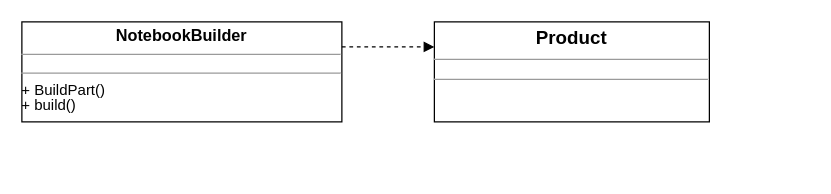
Before: creational/constructor/builder.drawio in MaksShadows/Patterns, a draw.io diagram. Source tidied: cells renumbered, new cells numbered last; positions are measured from the earlier drawing's top-left corner, leaving out a move shared by most shapes. Both pictures are drawn from the tidied source at 125%, with x=0, y=0 at pixel (21, 21).
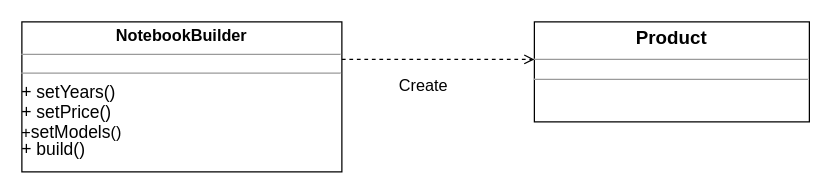
The same page after the edit.

The edit, as a diff of the source:
```diff
@@
 <mxGraphModel>
   <root>
     <mxCell id="0" />
     <mxCell id="1" parent="0" />
     <mxCell id="2" value="&lt;p style=&quot;margin: 4px 0px 0px ; text-align: center ; font-size: 15px&quot;&gt;&lt;b&gt;&lt;font style=&quot;font-size: 15px&quot;&gt;Product&lt;/font&gt;&lt;/b&gt;&lt;/p&gt;&lt;hr size=&quot;1&quot; style=&quot;font-size: 15px&quot;&gt;&lt;div style=&quot;height: 2px&quot;&gt;&lt;/div&gt;&lt;hr size=&quot;1&quot;&gt;&lt;div style=&quot;height: 2px&quot;&gt;&lt;/div&gt;" style="verticalAlign=top;align=left;overflow=fill;fontSize=12;fontFamily=Helvetica;html=1;" parent="1" vertex="1">
-      <mxGeometry x="330" width="220" height="80" as="geometry" />
+      <mxGeometry x="410" width="220" height="80" as="geometry" />
     </mxCell>
-    <mxCell id="3" value="&lt;p style=&quot;margin: 0px ; margin-top: 4px ; text-align: center&quot;&gt;&lt;span style=&quot;font-size: 13px ; font-weight: 700&quot;&gt;NotebookBuilder&lt;/span&gt;&lt;br&gt;&lt;/p&gt;&lt;hr size=&quot;1&quot;&gt;&lt;div style=&quot;height: 2px&quot;&gt;&lt;/div&gt;&lt;hr size=&quot;1&quot;&gt;&lt;div style=&quot;height: 2px&quot;&gt;+ BuildPart()&lt;/div&gt;&lt;div style=&quot;height: 2px&quot;&gt;&lt;br&gt;&lt;/div&gt;&lt;div style=&quot;height: 2px&quot;&gt;&lt;br&gt;&lt;/div&gt;&lt;div style=&quot;height: 2px&quot;&gt;&lt;br&gt;&lt;/div&gt;&lt;div style=&quot;height: 2px&quot;&gt;&lt;br&gt;&lt;/div&gt;&lt;div style=&quot;height: 2px&quot;&gt;&lt;br&gt;&lt;/div&gt;&lt;div style=&quot;height: 2px&quot;&gt;+ build()&lt;/div&gt;" style="verticalAlign=top;align=left;overflow=fill;fontSize=12;fontFamily=Helvetica;html=1;" parent="1" vertex="1">
-      <mxGeometry width="256" height="80" as="geometry" />
+    <mxCell id="3" value="&lt;p style=&quot;margin: 0px ; margin-top: 4px ; text-align: center&quot;&gt;&lt;span style=&quot;font-size: 13px ; font-weight: 700&quot;&gt;NotebookBuilder&lt;/span&gt;&lt;br&gt;&lt;/p&gt;&lt;hr size=&quot;1&quot;&gt;&lt;div style=&quot;height: 2px&quot;&gt;&lt;/div&gt;&lt;hr size=&quot;1&quot;&gt;&lt;div style=&quot;height: 2px ; font-size: 14px&quot;&gt;&lt;font style=&quot;font-size: 14px&quot;&gt;+ setYears()&lt;/font&gt;&lt;/div&gt;&lt;div style=&quot;height: 2px ; font-size: 14px&quot;&gt;&lt;br&gt;&lt;/div&gt;&lt;div style=&quot;height: 2px&quot;&gt;&lt;br&gt;&lt;/div&gt;&lt;div style=&quot;height: 2px&quot;&gt;&lt;br&gt;&lt;/div&gt;&lt;div style=&quot;height: 2px&quot;&gt;&lt;br&gt;&lt;/div&gt;&lt;div style=&quot;height: 2px&quot;&gt;&lt;br&gt;&lt;/div&gt;&lt;div style=&quot;height: 2px&quot;&gt;&lt;br&gt;&lt;/div&gt;&lt;div style=&quot;height: 2px&quot;&gt;&lt;br&gt;&lt;/div&gt;&lt;div style=&quot;height: 2px ; font-size: 14px&quot;&gt;&lt;font style=&quot;font-size: 14px&quot;&gt;+ setPrice()&lt;/font&gt;&lt;/div&gt;&lt;div style=&quot;height: 2px ; font-size: 14px&quot;&gt;&lt;br&gt;&lt;/div&gt;&lt;div style=&quot;height: 2px&quot;&gt;&lt;br&gt;&lt;/div&gt;&lt;div style=&quot;height: 2px&quot;&gt;&lt;br&gt;&lt;/div&gt;&lt;div style=&quot;height: 2px&quot;&gt;&lt;br&gt;&lt;/div&gt;&lt;div style=&quot;height: 2px&quot;&gt;&lt;br&gt;&lt;/div&gt;&lt;div style=&quot;height: 2px&quot;&gt;&lt;br&gt;&lt;/div&gt;&lt;div style=&quot;height: 2px&quot;&gt;&lt;br&gt;&lt;/div&gt;&lt;div style=&quot;height: 2px&quot;&gt;&lt;span style=&quot;font-size: 13px&quot;&gt;+&lt;/span&gt;&lt;font style=&quot;font-size: 14px&quot;&gt;setModels&lt;/font&gt;&lt;span style=&quot;font-size: 13px&quot;&gt;()&lt;/span&gt;&lt;/div&gt;&lt;div style=&quot;height: 2px&quot;&gt;&lt;br&gt;&lt;/div&gt;&lt;div style=&quot;height: 2px&quot;&gt;&lt;br&gt;&lt;/div&gt;&lt;div style=&quot;height: 2px&quot;&gt;&lt;br&gt;&lt;/div&gt;&lt;div style=&quot;height: 2px&quot;&gt;&lt;br&gt;&lt;/div&gt;&lt;div style=&quot;height: 2px&quot;&gt;&lt;br&gt;&lt;/div&gt;&lt;div style=&quot;height: 2px&quot;&gt;&lt;br&gt;&lt;/div&gt;&lt;div style=&quot;height: 2px&quot;&gt;&lt;font style=&quot;font-size: 14px&quot;&gt;+ build()&lt;/font&gt;&lt;/div&gt;" style="verticalAlign=top;align=left;overflow=fill;fontSize=12;fontFamily=Helvetica;html=1;" parent="1" vertex="1">
+      <mxGeometry width="256" height="120" as="geometry" />
     </mxCell>
-    <mxCell id="4" style="html=1;verticalAlign=bottom;labelBackgroundColor=none;endArrow=block;endFill=1;dashed=1;fontSize=14;" parent="1" edge="1">
-      <mxGeometry relative="1" as="geometry">
-        <mxPoint x="256" y="20" as="sourcePoint" />
-        <mxPoint x="330" y="20" as="targetPoint" />
-      </mxGeometry>
-    </mxCell>
+    <mxCell id="5" style="html=1;verticalAlign=bottom;labelBackgroundColor=none;endArrow=open;endFill=0;dashed=1;" parent="1" edge="1">
+      <mxGeometry relative="1" as="geometry">
+        <mxPoint x="256" y="30" as="sourcePoint" />
+        <mxPoint x="410" y="30" as="targetPoint" />
+      </mxGeometry>
+    </mxCell>
+    <mxCell id="6" value="&lt;font style=&quot;font-size: 13px&quot;&gt;Create&lt;/font&gt;" style="edgeLabel;html=1;align=center;verticalAlign=middle;" parent="5" vertex="1">
+      <mxGeometry x="-0.17" relative="1" as="geometry">
+        <mxPoint y="20" as="offset" />
+      </mxGeometry>
+    </mxCell>
   </root>
 </mxGraphModel>
```
